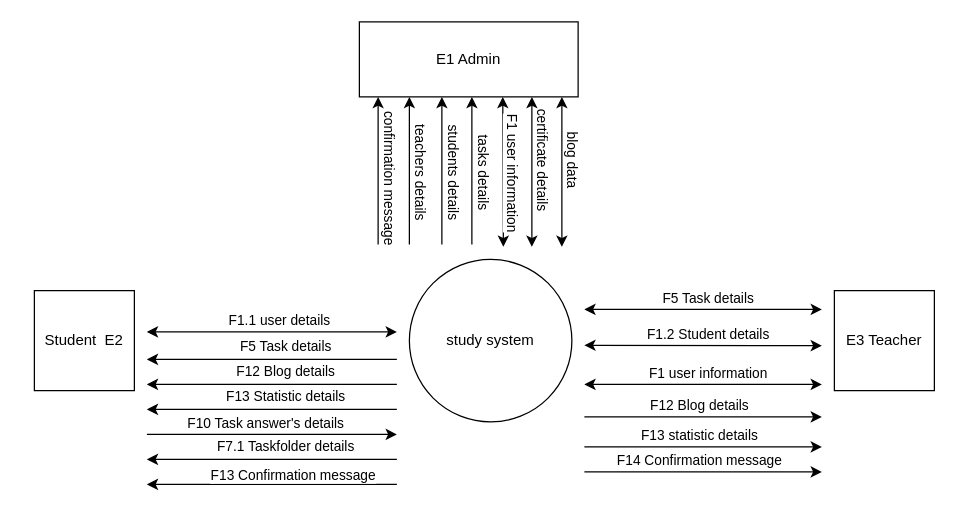
The draw.io diagram page "Contect diagram" (1 of 8) of code/docs/diagrams.drawio in alsousha/projectFinish, before the edit. Source tidied: cells renumbered, new cells numbered last; positions are measured from the earlier drawing's top-left corner, leaving out a move shared by most shapes. Both pictures are drawn from the tidied source at 125%, with x=0, y=0 at pixel (34, 21).
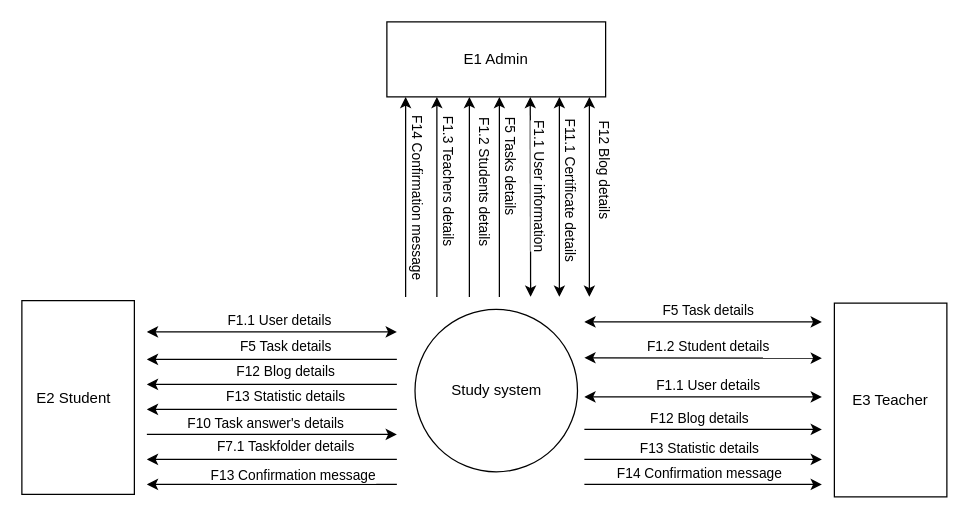
After the change.

Unchanged cells that the change refers to:
```xml
<mxCell id="9" style="endArrow=classic;startArrow=classic;html=1;" parent="1" edge="1">
  <mxGeometry relative="1" as="geometry">
    <mxPoint x="90" y="248" as="sourcePoint" />
    <mxPoint x="290" y="248" as="targetPoint" />
  </mxGeometry>
</mxCell>
```

What changed in the source:
```diff
@@
-    <mxCell id="2" value="study system" style="ellipse;whiteSpace=wrap;html=1;" parent="1" vertex="1">
-      <mxGeometry x="300" y="190" width="130" height="130" as="geometry" />
+    <mxCell id="2" value="Study system" style="ellipse;whiteSpace=wrap;html=1;" parent="1" vertex="1">
+      <mxGeometry x="304.5" y="230" width="130" height="130" as="geometry" />
     </mxCell>
-    <mxCell id="3" value="Student&amp;nbsp; E2" style="whiteSpace=wrap;html=1;" parent="1" vertex="1">
-      <mxGeometry y="215" width="80" height="80" as="geometry" />
-    </mxCell>
-    <mxCell id="4" value="E3 Teacher" style="whiteSpace=wrap;html=1;" parent="1" vertex="1">
-      <mxGeometry x="640" y="215" width="80" height="80" as="geometry" />
-    </mxCell>
     <mxCell id="5" style="endArrow=classic;html=1;entryX=0;entryY=1;entryDx=0;entryDy=0;" parent="1" edge="1">
       <mxGeometry relative="1" as="geometry">
-        <mxPoint x="350" y="178" as="sourcePoint" />
-        <mxPoint x="350" y="60" as="targetPoint" />
+        <mxPoint x="372" y="220" as="sourcePoint" />
+        <mxPoint x="372" y="60" as="targetPoint" />
       </mxGeometry>
     </mxCell>
@@
-    <mxCell id="7" value="tasks details" style="edgeLabel;html=1;align=center;verticalAlign=middle;rotation=90;" parent="5" vertex="1">
+    <mxCell id="7" value="F5 Tasks details" style="edgeLabel;html=1;align=center;verticalAlign=middle;rotation=90;" parent="5" vertex="1">
       <mxGeometry x="0.17" relative="1" as="geometry">
-        <mxPoint x="9.5" y="10.8" as="offset" />
+        <mxPoint x="9.5" y="-11.2" as="offset" />
       </mxGeometry>
     </mxCell>
     <mxCell id="8" value="E1 Admin" style="rounded=0;whiteSpace=wrap;html=1;" parent="1" vertex="1">
-      <mxGeometry x="260" width="175" height="60" as="geometry" />
+      <mxGeometry x="282" width="175" height="60" as="geometry" />
     </mxCell>
@@
-    <mxCell id="10" value="F1.1 user details" style="edgeLabel;html=1;align=center;verticalAlign=middle;" parent="9" vertex="1">
+    <mxCell id="10" value="F1.1 User details" style="edgeLabel;html=1;align=center;verticalAlign=middle;" parent="9" vertex="1">
       <mxGeometry x="0.45" relative="1" as="geometry">
         <mxPoint x="-39.4" y="-9.9" as="offset" />
       </mxGeometry>
     </mxCell>
     <mxCell id="11" style="endArrow=classic;startArrow=classic;html=1;" parent="1" edge="1">
       <mxGeometry relative="1" as="geometry">
-        <mxPoint x="440" y="290" as="sourcePoint" />
-        <mxPoint x="630" y="290" as="targetPoint" />
+        <mxPoint x="440" y="300" as="sourcePoint" />
+        <mxPoint x="630" y="300" as="targetPoint" />
       </mxGeometry>
     </mxCell>
-    <mxCell id="12" value="F1 user information" style="edgeLabel;html=1;align=center;verticalAlign=middle;" parent="11" vertex="1">
+    <mxCell id="12" value="F1.1 User details" style="edgeLabel;html=1;align=center;verticalAlign=middle;" parent="11" vertex="1">
       <mxGeometry x="0.45" relative="1" as="geometry">
         <mxPoint x="-39.4" y="-9.9" as="offset" />
       </mxGeometry>
     </mxCell>
     <mxCell id="13" style="endArrow=classic;startArrow=classic;html=1;exitX=0.25;exitY=1;exitDx=0;exitDy=0;" parent="1" edge="1">
       <mxGeometry relative="1" as="geometry">
-        <mxPoint x="374.7" y="60" as="sourcePoint" />
-        <mxPoint x="375.2" y="180" as="targetPoint" />
+        <mxPoint x="396.7" y="60" as="sourcePoint" />
+        <mxPoint x="397" y="220" as="targetPoint" />
       </mxGeometry>
     </mxCell>
-    <mxCell id="14" value="F1 user information" style="edgeLabel;html=1;align=center;verticalAlign=middle;rotation=90;" parent="13" vertex="1">
+    <mxCell id="14" value="F1.1 User information" style="edgeLabel;html=1;align=center;verticalAlign=middle;rotation=90;" parent="13" vertex="1">
       <mxGeometry x="0.45" relative="1" as="geometry">
-        <mxPoint x="8.1" y="-26.9" as="offset" />
+        <mxPoint x="8.1" y="-45.7" as="offset" />
       </mxGeometry>
     </mxCell>
     <mxCell id="15" style="endArrow=classic;startArrow=classic;html=1;exitX=1.014;exitY=0.06;exitDx=0;exitDy=0;exitPerimeter=0;" parent="1" edge="1">
       <mxGeometry relative="1" as="geometry">
-        <mxPoint x="440" y="258.7" as="sourcePoint" />
-        <mxPoint x="630" y="259" as="targetPoint" />
+        <mxPoint x="440" y="268.7" as="sourcePoint" />
+        <mxPoint x="630" y="269" as="targetPoint" />
       </mxGeometry>
     </mxCell>
@@
     <mxCell id="17" style="endArrow=classic;startArrow=classic;html=1;" parent="1" edge="1">
       <mxGeometry relative="1" as="geometry">
-        <mxPoint x="440" y="230" as="sourcePoint" />
-        <mxPoint x="630" y="230" as="targetPoint" />
+        <mxPoint x="440" y="240" as="sourcePoint" />
+        <mxPoint x="630" y="240" as="targetPoint" />
       </mxGeometry>
     </mxCell>
@@
     <mxCell id="19" style="endArrow=classic;html=1;" parent="1" edge="1">
       <mxGeometry relative="1" as="geometry">
-        <mxPoint x="440" y="316" as="sourcePoint" />
-        <mxPoint x="630" y="316" as="targetPoint" />
+        <mxPoint x="440" y="326" as="sourcePoint" />
+        <mxPoint x="630" y="326" as="targetPoint" />
       </mxGeometry>
     </mxCell>
@@
     <mxCell id="23" style="endArrow=classic;startArrow=classic;html=1;" parent="1" edge="1">
       <mxGeometry relative="1" as="geometry">
-        <mxPoint x="422" y="60" as="sourcePoint" />
-        <mxPoint x="422" y="180" as="targetPoint" />
+        <mxPoint x="444" y="60" as="sourcePoint" />
+        <mxPoint x="444" y="220" as="targetPoint" />
       </mxGeometry>
     </mxCell>
-    <mxCell id="24" value="blog data" style="edgeLabel;html=1;align=center;verticalAlign=middle;rotation=90;" parent="23" vertex="1">
+    <mxCell id="24" value="F12 Blog details" style="edgeLabel;html=1;align=center;verticalAlign=middle;rotation=90;" parent="23" vertex="1">
       <mxGeometry x="0.45" relative="1" as="geometry">
-        <mxPoint x="9.6" y="-37" as="offset" />
+        <mxPoint x="13" y="-58.7" as="offset" />
       </mxGeometry>
     </mxCell>
@@
     <mxCell id="27" style="endArrow=classic;html=1;" parent="1" edge="1">
       <mxGeometry relative="1" as="geometry">
-        <mxPoint x="440" y="340" as="sourcePoint" />
-        <mxPoint x="630" y="340" as="targetPoint" />
+        <mxPoint x="440" y="350" as="sourcePoint" />
+        <mxPoint x="630" y="350" as="targetPoint" />
       </mxGeometry>
     </mxCell>
-    <mxCell id="28" value="F13 statistic details" style="edgeLabel;html=1;align=center;verticalAlign=middle;rotation=0;" parent="27" vertex="1">
+    <mxCell id="28" value="F13 Statistic details" style="edgeLabel;html=1;align=center;verticalAlign=middle;rotation=0;" parent="27" vertex="1">
       <mxGeometry x="-0.4" y="2" relative="1" as="geometry">
         <mxPoint x="34.9" y="-7.3" as="offset" />
       </mxGeometry>
     </mxCell>
@@
     <mxCell id="35" style="endArrow=classic;startArrow=classic;html=1;" parent="1" edge="1">
       <mxGeometry relative="1" as="geometry">
-        <mxPoint x="398" y="60" as="sourcePoint" />
-        <mxPoint x="398" y="180" as="targetPoint" />
+        <mxPoint x="420" y="60" as="sourcePoint" />
+        <mxPoint x="420" y="220" as="targetPoint" />
       </mxGeometry>
     </mxCell>
-    <mxCell id="36" value="certificate details" style="edgeLabel;html=1;align=center;verticalAlign=middle;rotation=90;" parent="35" vertex="1">
+    <mxCell id="36" value="F11.1 Certificate details" style="edgeLabel;html=1;align=center;verticalAlign=middle;rotation=90;" parent="35" vertex="1">
       <mxGeometry x="0.45" relative="1" as="geometry">
-        <mxPoint x="9.6" y="-37" as="offset" />
+        <mxPoint x="9.6" y="-41.7" as="offset" />
       </mxGeometry>
     </mxCell>
     <mxCell id="37" style="endArrow=classic;html=1;entryX=0;entryY=1;entryDx=0;entryDy=0;" parent="1" edge="1">
       <mxGeometry relative="1" as="geometry">
-        <mxPoint x="326" y="178" as="sourcePoint" />
-        <mxPoint x="326" y="60" as="targetPoint" />
+        <mxPoint x="348" y="220" as="sourcePoint" />
+        <mxPoint x="348" y="60" as="targetPoint" />
       </mxGeometry>
     </mxCell>
@@
-    <mxCell id="39" value="students details" style="edgeLabel;html=1;align=center;verticalAlign=middle;rotation=90;" parent="37" vertex="1">
+    <mxCell id="39" value="F1.2 Students details" style="edgeLabel;html=1;align=center;verticalAlign=middle;rotation=90;" parent="37" vertex="1">
       <mxGeometry x="0.17" relative="1" as="geometry">
-        <mxPoint x="9.5" y="10.8" as="offset" />
+        <mxPoint x="12" y="0.8" as="offset" />
       </mxGeometry>
     </mxCell>
     <mxCell id="40" style="endArrow=classic;html=1;entryX=0;entryY=1;entryDx=0;entryDy=0;" parent="1" edge="1">
       <mxGeometry relative="1" as="geometry">
-        <mxPoint x="300" y="178" as="sourcePoint" />
-        <mxPoint x="300" y="60" as="targetPoint" />
+        <mxPoint x="322" y="220" as="sourcePoint" />
+        <mxPoint x="322" y="60" as="targetPoint" />
       </mxGeometry>
     </mxCell>
@@
-    <mxCell id="42" value="teachers details" style="edgeLabel;html=1;align=center;verticalAlign=middle;rotation=90;" parent="40" vertex="1">
+    <mxCell id="42" value="F1.3 Teachers details" style="edgeLabel;html=1;align=center;verticalAlign=middle;rotation=90;" parent="40" vertex="1">
       <mxGeometry x="0.17" relative="1" as="geometry">
-        <mxPoint x="9.5" y="10.8" as="offset" />
+        <mxPoint x="9.5" y="0.8" as="offset" />
       </mxGeometry>
     </mxCell>
     <mxCell id="43" style="endArrow=classic;html=1;entryX=0;entryY=1;entryDx=0;entryDy=0;" parent="1" edge="1">
       <mxGeometry relative="1" as="geometry">
-        <mxPoint x="275" y="178" as="sourcePoint" />
-        <mxPoint x="275" y="60" as="targetPoint" />
+        <mxPoint x="297" y="220" as="sourcePoint" />
+        <mxPoint x="297" y="60" as="targetPoint" />
         <Array as="points">
-          <mxPoint x="275" y="120" />
+          <mxPoint x="297" y="120" />
         </Array>
       </mxGeometry>
     </mxCell>
@@
-    <mxCell id="46" value="confirmation message" style="edgeLabel;html=1;align=center;verticalAlign=middle;rotation=90;" parent="43" vertex="1">
+    <mxCell id="46" value="F14 Confirmation message" style="edgeLabel;html=1;align=center;verticalAlign=middle;rotation=90;" parent="43" vertex="1">
       <mxGeometry x="0.11" relative="1" as="geometry">
-        <mxPoint x="10" y="11" as="offset" />
+        <mxPoint x="10" y="8.6" as="offset" />
       </mxGeometry>
     </mxCell>
@@
     <mxCell id="50" style="endArrow=classic;html=1;" parent="1" edge="1">
       <mxGeometry relative="1" as="geometry">
-        <mxPoint x="440" y="360" as="sourcePoint" />
-        <mxPoint x="630" y="360" as="targetPoint" />
+        <mxPoint x="440" y="370" as="sourcePoint" />
+        <mxPoint x="630" y="370" as="targetPoint" />
       </mxGeometry>
     </mxCell>
@@
+    <mxCell id="4" value="&lt;span&gt;E3 Teacher&lt;/span&gt;" style="rounded=0;whiteSpace=wrap;html=1;" parent="1" vertex="1">
+      <mxGeometry x="640" y="225" width="90" height="155" as="geometry" />
+    </mxCell>
+    <mxCell id="52" value="&lt;span&gt;E2&amp;nbsp;&lt;/span&gt;Student&amp;nbsp;&amp;nbsp;" style="rounded=0;whiteSpace=wrap;html=1;" parent="1" vertex="1">
+      <mxGeometry x="-10" y="223" width="90" height="155" as="geometry" />
+    </mxCell>
```
